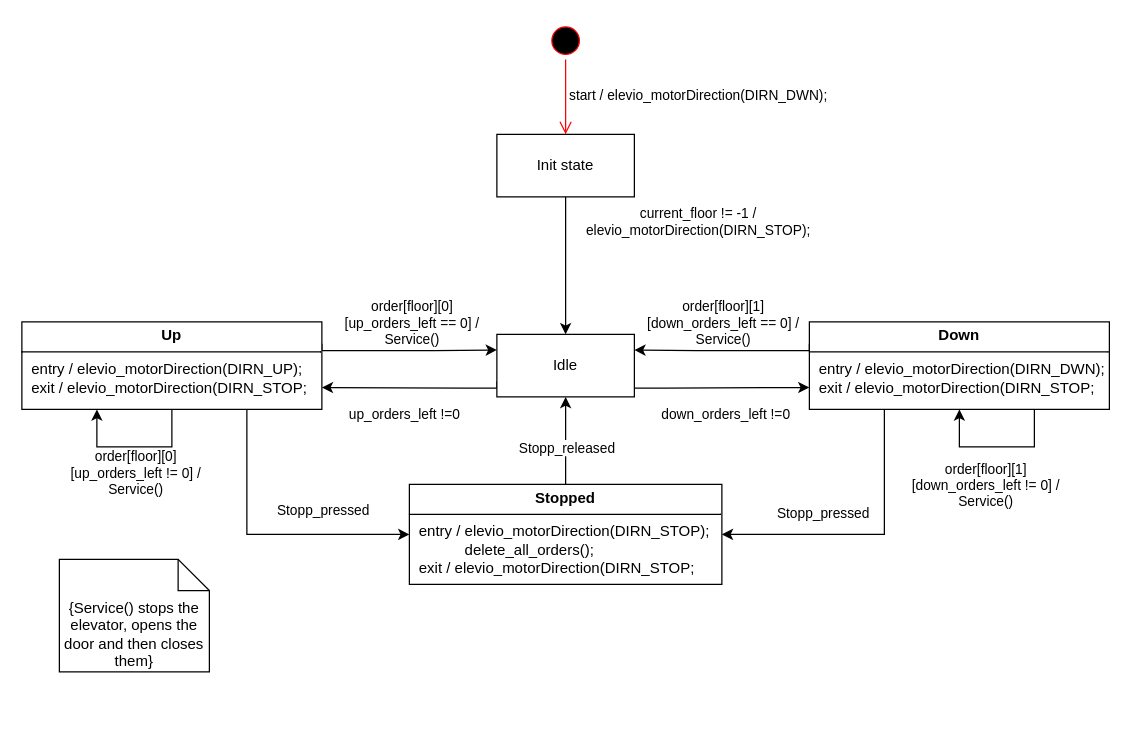
Before: plans/State_diagram2.drawio in Wiacer/Heislab, a draw.io diagram. Source tidied: cells renumbered, new cells numbered last; positions are measured from the earlier drawing's top-left corner, leaving out a move shared by most shapes. Both pictures are drawn from the tidied source at 125%, with x=0, y=0 at pixel (21, 21).
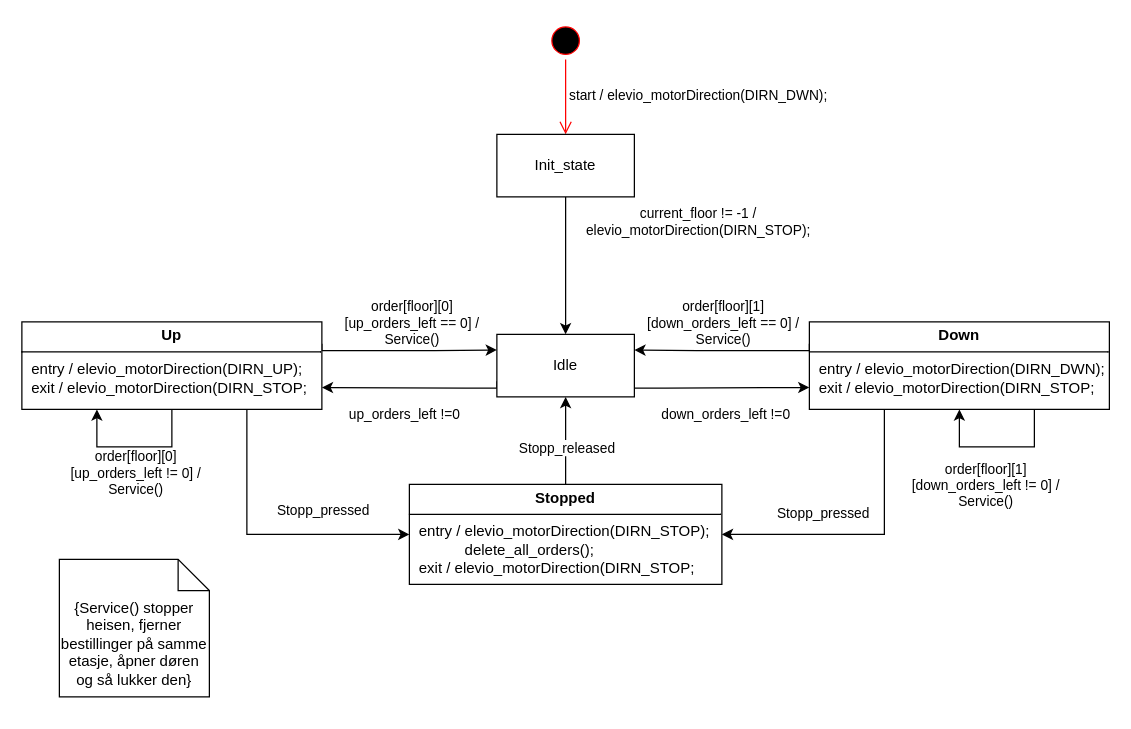
The same page after the edit.

Commit message:
småfisk på state_diagram2

What changed in the source:
```diff
@@
-    <mxCell id="7" value="Init state" style="html=1;whiteSpace=wrap;" parent="1" vertex="1">
+    <mxCell id="7" value="Init_state" style="html=1;whiteSpace=wrap;" parent="1" vertex="1">
       <mxGeometry x="380" y="90" width="110" height="50" as="geometry" />
     </mxCell>
@@
-    <mxCell id="21" value="{Service() stops the elevator, opens the door and then closes them&lt;span style=&quot;background-color: transparent; color: light-dark(rgb(0, 0, 0), rgb(255, 255, 255));&quot;&gt;}&lt;/span&gt;&lt;div&gt;&lt;div&gt;&lt;br&gt;&lt;/div&gt;&lt;/div&gt;" style="shape=note2;boundedLbl=1;whiteSpace=wrap;html=1;size=25;verticalAlign=top;align=center;" parent="1" vertex="1">
-      <mxGeometry x="30" y="430" width="120" height="90" as="geometry" />
+    <mxCell id="21" value="{Service() stopper heisen, fjerner bestillinger på samme etasje, åpner døren og så lukker den&lt;span style=&quot;background-color: transparent; color: light-dark(rgb(0, 0, 0), rgb(255, 255, 255));&quot;&gt;}&lt;/span&gt;&lt;div&gt;&lt;div&gt;&lt;br&gt;&lt;/div&gt;&lt;/div&gt;" style="shape=note2;boundedLbl=1;whiteSpace=wrap;html=1;size=25;verticalAlign=top;align=center;" parent="1" vertex="1">
+      <mxGeometry x="30" y="430" width="120" height="110" as="geometry" />
     </mxCell>
```
